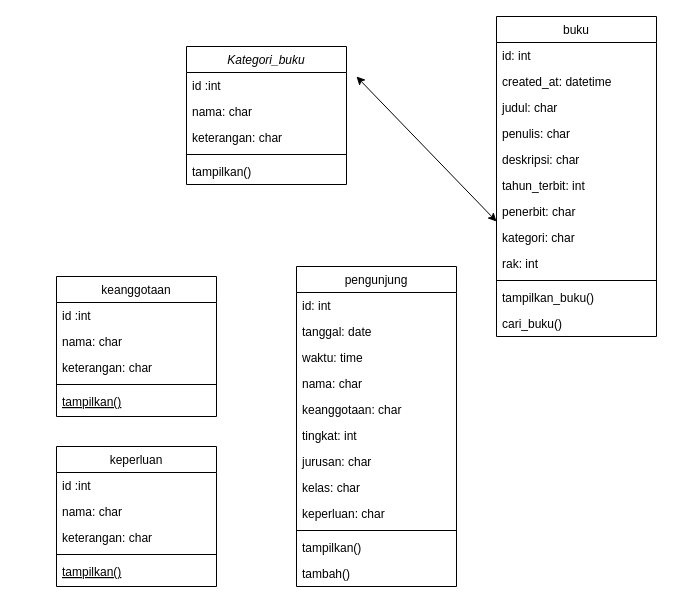
Above: Class-diagram-perpus-digital.drawio in Code-Crafters-XI-PPLG-1/Perpus-Digital (draw.io), before the change. Source tidied: cells renumbered, new cells numbered last; positions are measured from the earlier drawing's top-left corner, leaving out a move shared by most shapes. Both pictures are drawn from the tidied source at 100%, with x=0, y=0 at pixel (56, 16).
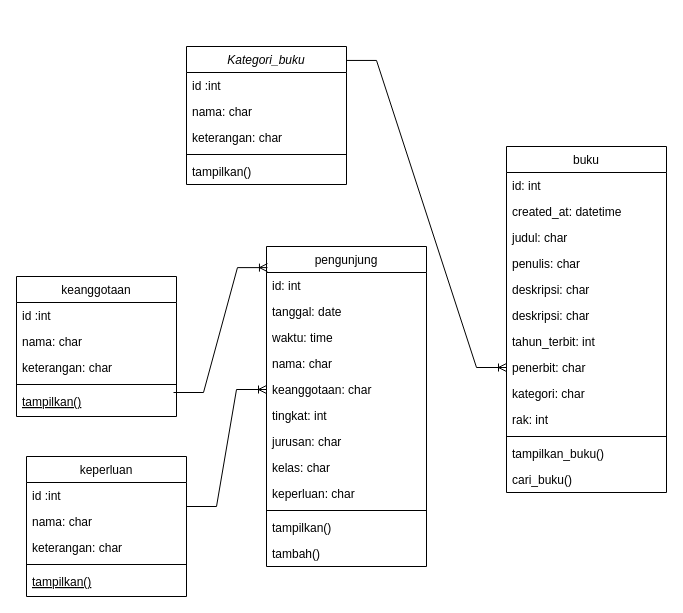
Above is the later version.

The change refers to these unchanged cells:
```xml
<mxCell id="2" value="Kategori_buku" style="swimlane;fontStyle=2;align=center;verticalAlign=top;horizontal=1;startSize=26;rounded=0;shadow=0;strokeWidth=1;" parent="1" vertex="1">
  <mxGeometry x="130" y="30" width="160" height="138" as="geometry" />
</mxCell>
<mxCell id="38" value="keanggotaan: char" style="text;align=left;verticalAlign=top;spacingLeft=4;spacingRight=4;overflow=hidden;points=[[0,0.5],[1,0.5]];portConstraint=eastwest;rounded=0;shadow=0;html=0;" parent="33" vertex="1">
  <mxGeometry y="130" width="160" height="26" as="geometry" />
</mxCell>
```

Change to the diagram source:
```diff
@@
     <mxCell id="8" value="keanggotaan" style="swimlane;fontStyle=0;align=center;verticalAlign=top;horizontal=1;startSize=26;rounded=0;shadow=0;strokeWidth=1;" parent="1" vertex="1">
-      <mxGeometry y="260" width="160" height="140" as="geometry" />
+      <mxGeometry x="-40" y="260" width="160" height="140" as="geometry" />
     </mxCell>
@@
     <mxCell id="14" value="buku" style="swimlane;fontStyle=0;align=center;verticalAlign=top;horizontal=1;startSize=26;rounded=0;shadow=0;strokeWidth=1;" parent="1" vertex="1">
-      <mxGeometry x="440" width="160" height="320" as="geometry" />
+      <mxGeometry x="450" y="130" width="160" height="346" as="geometry" />
     </mxCell>
@@
+    <mxCell id="47" value="deskripsi: char" style="text;align=left;verticalAlign=top;spacingLeft=4;spacingRight=4;overflow=hidden;rounded=0;shadow=0;html=0;" parent="14" vertex="1">
+      <mxGeometry y="156" width="160" height="26" as="geometry" />
+    </mxCell>
     <mxCell id="20" value="tahun_terbit: int" style="text;align=left;verticalAlign=top;spacingLeft=4;spacingRight=4;overflow=hidden;rounded=0;shadow=0;html=0;" parent="14" vertex="1">
-      <mxGeometry y="156" width="160" height="26" as="geometry" />
+      <mxGeometry y="182" width="160" height="26" as="geometry" />
     </mxCell>
     <mxCell id="21" value="penerbit: char" style="text;align=left;verticalAlign=top;spacingLeft=4;spacingRight=4;overflow=hidden;points=[[0,0.5],[1,0.5]];portConstraint=eastwest;rounded=0;shadow=0;html=0;" parent="14" vertex="1">
-      <mxGeometry y="182" width="160" height="26" as="geometry" />
+      <mxGeometry y="208" width="160" height="26" as="geometry" />
     </mxCell>
     <mxCell id="22" value="kategori: char" style="text;align=left;verticalAlign=top;spacingLeft=4;spacingRight=4;overflow=hidden;rounded=0;shadow=0;html=0;" parent="14" vertex="1">
-      <mxGeometry y="208" width="160" height="26" as="geometry" />
+      <mxGeometry y="234" width="160" height="26" as="geometry" />
     </mxCell>
     <mxCell id="23" value="rak: int" style="text;align=left;verticalAlign=top;spacingLeft=4;spacingRight=4;overflow=hidden;rounded=0;shadow=0;html=0;" parent="14" vertex="1">
-      <mxGeometry y="234" width="160" height="26" as="geometry" />
+      <mxGeometry y="260" width="160" height="26" as="geometry" />
     </mxCell>
     <mxCell id="24" style="line;html=1;strokeWidth=1;align=left;verticalAlign=middle;spacingTop=-1;spacingLeft=3;spacingRight=3;labelPosition=right;" parent="14" vertex="1">
-      <mxGeometry y="260" width="160" height="8" as="geometry" />
+      <mxGeometry y="286" width="160" height="8" as="geometry" />
     </mxCell>
     <mxCell id="25" value="tampilkan_buku()" style="text;align=left;verticalAlign=top;spacingLeft=4;spacingRight=4;overflow=hidden;" parent="14" vertex="1">
-      <mxGeometry y="268" width="160" height="26" as="geometry" />
+      <mxGeometry y="294" width="160" height="26" as="geometry" />
     </mxCell>
     <mxCell id="26" value="cari_buku()" style="text;align=left;verticalAlign=top;spacingLeft=4;spacingRight=4;overflow=hidden;" parent="14" vertex="1">
-      <mxGeometry y="294" width="160" height="26" as="geometry" />
+      <mxGeometry y="320" width="160" height="26" as="geometry" />
     </mxCell>
     <mxCell id="27" value="keperluan" style="swimlane;fontStyle=0;align=center;verticalAlign=top;horizontal=1;startSize=26;rounded=0;shadow=0;strokeWidth=1;" parent="1" vertex="1">
-      <mxGeometry y="430" width="160" height="140" as="geometry" />
+      <mxGeometry x="-30" y="440" width="160" height="140" as="geometry" />
     </mxCell>
@@
     <mxCell id="33" value="pengunjung" style="swimlane;fontStyle=0;align=center;verticalAlign=top;horizontal=1;startSize=26;rounded=0;shadow=0;strokeWidth=1;" parent="1" vertex="1">
-      <mxGeometry x="240" y="250" width="160" height="320" as="geometry" />
+      <mxGeometry x="210" y="230" width="160" height="320" as="geometry" />
     </mxCell>
@@
-    <mxCell id="46" style="endArrow=classic;startArrow=classic;html=1;rounded=0;entryX=0;entryY=0.5;entryDx=0;entryDy=0;" parent="1" edge="1">
-      <mxGeometry relative="1" as="geometry">
-        <mxPoint x="300" y="60" as="sourcePoint" />
-        <mxPoint x="440" y="205" as="targetPoint" />
-      </mxGeometry>
-    </mxCell>
+    <mxCell id="48" style="edgeStyle=entityRelationEdgeStyle;fontSize=12;html=1;endArrow=ERoneToMany;rounded=0;exitX=1;exitY=0.101;exitDx=0;exitDy=0;exitPerimeter=0;entryX=0;entryY=0.5;entryDx=0;entryDy=0;" parent="1" edge="1" source="2" target="21">
+      <mxGeometry relative="1" as="geometry">
+        <Array as="points">
+          <mxPoint x="430" y="160" />
+          <mxPoint x="360" y="150" />
+        </Array>
+      </mxGeometry>
+    </mxCell>
+    <mxCell id="49" style="edgeStyle=entityRelationEdgeStyle;fontSize=12;html=1;endArrow=ERoneToMany;rounded=0;entryX=0;entryY=0.5;entryDx=0;entryDy=0;" parent="1" edge="1" target="38">
+      <mxGeometry relative="1" as="geometry">
+        <mxPoint x="130" y="490" as="sourcePoint" />
+      </mxGeometry>
+    </mxCell>
+    <mxCell id="50" style="edgeStyle=entityRelationEdgeStyle;fontSize=12;html=1;endArrow=ERoneToMany;rounded=0;entryX=0.006;entryY=0.066;entryDx=0;entryDy=0;entryPerimeter=0;" parent="1" edge="1" target="33">
+      <mxGeometry relative="1" as="geometry">
+        <mxPoint x="117" y="376" as="sourcePoint" />
+      </mxGeometry>
+    </mxCell>
```
